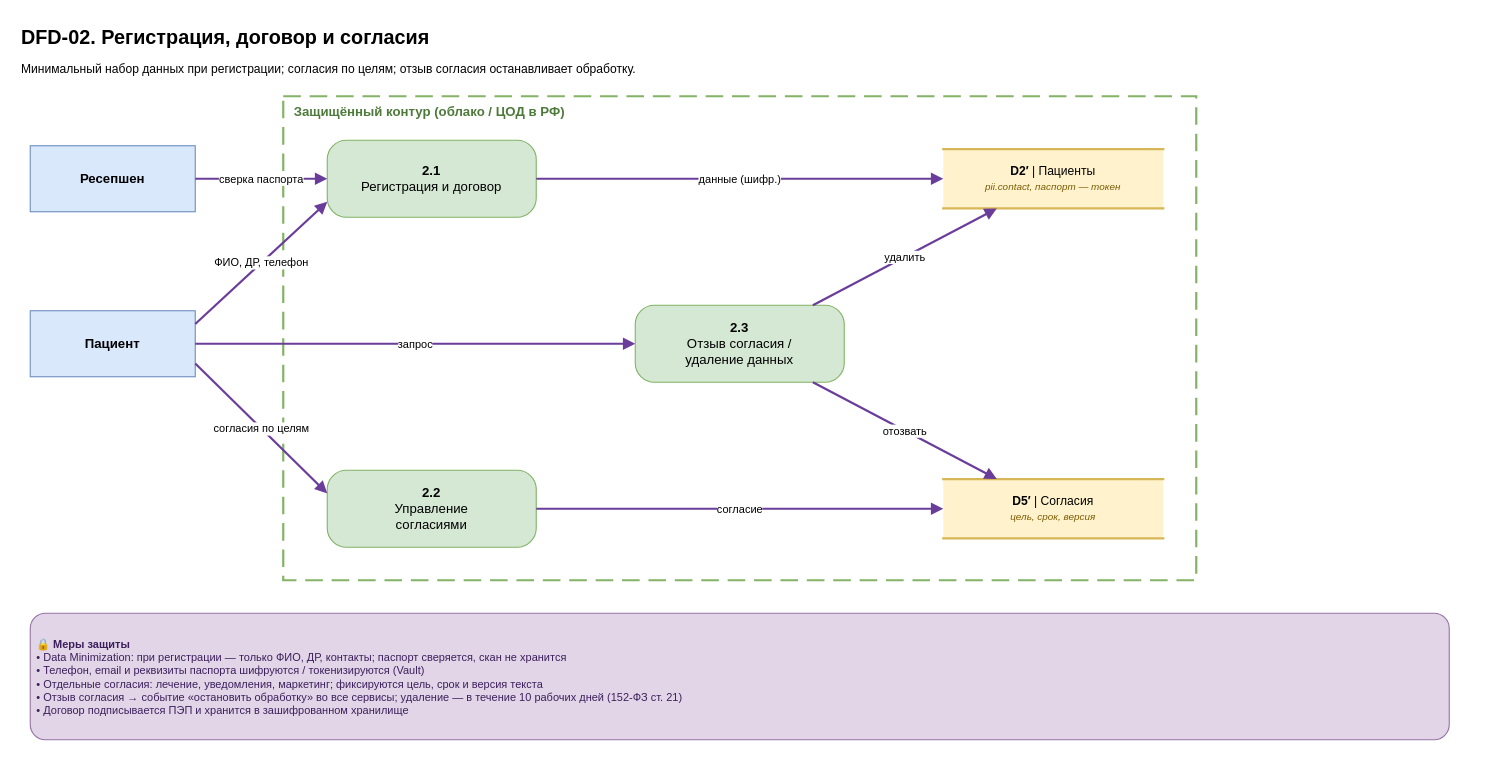
The draw.io diagram Task1/dfd/DFD-02-registration-consent.drawio in SiritosKon/architecture-medikamente, before the edit. Source tidied: cells renumbered, new cells numbered last; positions are measured from the earlier drawing's top-left corner, leaving out a move shared by most shapes. Both pictures are drawn from the tidied source at 110%, with x=0, y=0 at pixel (19, 19).
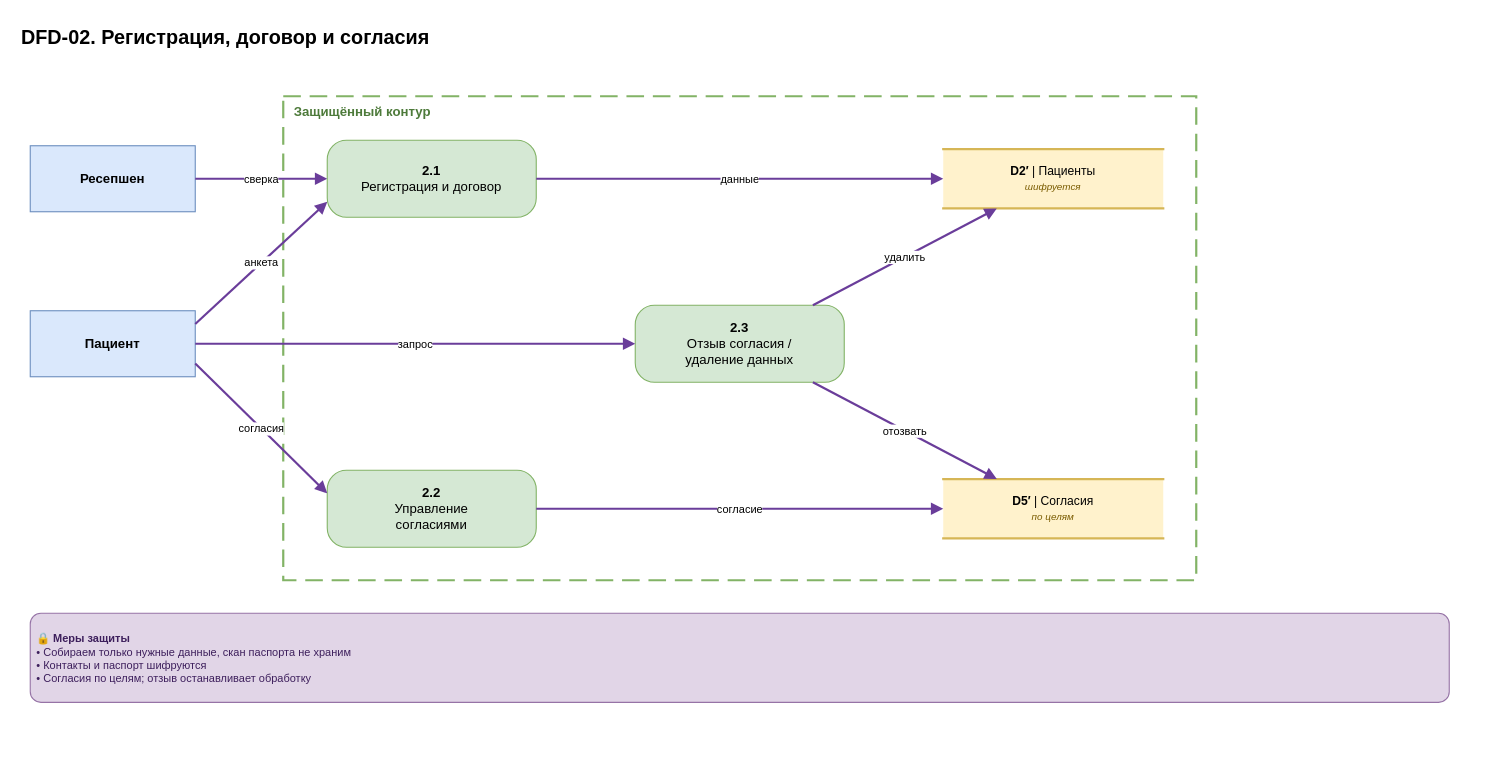
The same diagram, later.

What changed in the source:
```diff
@@
-    <mxCell id="3" value="Минимальный набор данных при регистрации; согласия по целям; отзыв согласия останавливает обработку." style="text;html=1;align=left;verticalAlign=top;fontSize=11;whiteSpace=wrap;" parent="1" vertex="1">
-      <mxGeometry y="32" width="1320" height="24" as="geometry" />
+    <mxCell id="3" value="Защищённый контур" style="rounded=0;whiteSpace=wrap;html=1;dashed=1;dashPattern=8 4;fillColor=none;strokeColor=#82b366;strokeWidth=2;verticalAlign=top;align=left;spacingLeft=8;fontColor=#4d7a3a;fontStyle=1;fontSize=12;" parent="1" vertex="1">
+      <mxGeometry x="240" y="70" width="830" height="440" as="geometry" />
     </mxCell>
-    <mxCell id="4" value="Защищённый контур (облако / ЦОД в РФ)" style="rounded=0;whiteSpace=wrap;html=1;dashed=1;dashPattern=8 4;fillColor=none;strokeColor=#82b366;strokeWidth=2;verticalAlign=top;align=left;spacingLeft=8;fontColor=#4d7a3a;fontStyle=1;fontSize=12;" parent="1" vertex="1">
-      <mxGeometry x="240" y="70" width="830" height="440" as="geometry" />
+    <mxCell id="4" value="Пациент" style="rounded=0;whiteSpace=wrap;html=1;fillColor=#dae8fc;strokeColor=#6c8ebf;fontStyle=1;fontSize=12;" parent="1" vertex="1">
+      <mxGeometry x="10" y="265" width="150" height="60" as="geometry" />
     </mxCell>
-    <mxCell id="5" value="Пациент" style="rounded=0;whiteSpace=wrap;html=1;fillColor=#dae8fc;strokeColor=#6c8ebf;fontStyle=1;fontSize=12;" parent="1" vertex="1">
-      <mxGeometry x="10" y="265" width="150" height="60" as="geometry" />
+    <mxCell id="5" value="Ресепшен" style="rounded=0;whiteSpace=wrap;html=1;fillColor=#dae8fc;strokeColor=#6c8ebf;fontStyle=1;fontSize=12;" parent="1" vertex="1">
+      <mxGeometry x="10" y="115" width="150" height="60" as="geometry" />
     </mxCell>
-    <mxCell id="6" value="Ресепшен" style="rounded=0;whiteSpace=wrap;html=1;fillColor=#dae8fc;strokeColor=#6c8ebf;fontStyle=1;fontSize=12;" parent="1" vertex="1">
-      <mxGeometry x="10" y="115" width="150" height="60" as="geometry" />
+    <mxCell id="6" value="&lt;b&gt;2.1&lt;/b&gt;&lt;br&gt;Регистрация и договор" style="rounded=1;arcSize=25;whiteSpace=wrap;html=1;fillColor=#d5e8d4;strokeColor=#82b366;fontSize=12;" parent="1" vertex="1">
+      <mxGeometry x="280" y="110" width="190" height="70" as="geometry" />
     </mxCell>
-    <mxCell id="7" value="&lt;b&gt;2.1&lt;/b&gt;&lt;br&gt;Регистрация и договор" style="rounded=1;arcSize=25;whiteSpace=wrap;html=1;fillColor=#d5e8d4;strokeColor=#82b366;fontSize=12;" parent="1" vertex="1">
-      <mxGeometry x="280" y="110" width="190" height="70" as="geometry" />
+    <mxCell id="7" value="&lt;b&gt;2.2&lt;/b&gt;&lt;br&gt;Управление&lt;br&gt;согласиями" style="rounded=1;arcSize=25;whiteSpace=wrap;html=1;fillColor=#d5e8d4;strokeColor=#82b366;fontSize=12;" parent="1" vertex="1">
+      <mxGeometry x="280" y="410" width="190" height="70" as="geometry" />
     </mxCell>
-    <mxCell id="8" value="&lt;b&gt;2.2&lt;/b&gt;&lt;br&gt;Управление&lt;br&gt;согласиями" style="rounded=1;arcSize=25;whiteSpace=wrap;html=1;fillColor=#d5e8d4;strokeColor=#82b366;fontSize=12;" parent="1" vertex="1">
-      <mxGeometry x="280" y="410" width="190" height="70" as="geometry" />
+    <mxCell id="8" value="&lt;b&gt;2.3&lt;/b&gt;&lt;br&gt;Отзыв согласия /&lt;br&gt;удаление данных" style="rounded=1;arcSize=25;whiteSpace=wrap;html=1;fillColor=#d5e8d4;strokeColor=#82b366;fontSize=12;" parent="1" vertex="1">
+      <mxGeometry x="560" y="260" width="190" height="70" as="geometry" />
     </mxCell>
-    <mxCell id="9" value="&lt;b&gt;2.3&lt;/b&gt;&lt;br&gt;Отзыв согласия /&lt;br&gt;удаление данных" style="rounded=1;arcSize=25;whiteSpace=wrap;html=1;fillColor=#d5e8d4;strokeColor=#82b366;fontSize=12;" parent="1" vertex="1">
-      <mxGeometry x="560" y="260" width="190" height="70" as="geometry" />
+    <mxCell id="9" value="&lt;b&gt;D2′&lt;/b&gt; | Пациенты&lt;br&gt;&lt;i&gt;&lt;font style=&quot;font-size:9px&quot; color=&quot;#7a5c00&quot;&gt;шифруется&lt;/font&gt;&lt;/i&gt;" style="shape=partialRectangle;whiteSpace=wrap;html=1;left=0;right=0;fillColor=#fff2cc;strokeColor=#d6b656;strokeWidth=2;fontSize=11;" parent="1" vertex="1">
+      <mxGeometry x="840" y="118" width="200" height="54" as="geometry" />
     </mxCell>
-    <mxCell id="10" value="&lt;b&gt;D2′&lt;/b&gt; | Пациенты&lt;br&gt;&lt;i&gt;&lt;font style=&quot;font-size:9px&quot; color=&quot;#7a5c00&quot;&gt;pii.contact, паспорт — токен&lt;/font&gt;&lt;/i&gt;" style="shape=partialRectangle;whiteSpace=wrap;html=1;left=0;right=0;fillColor=#fff2cc;strokeColor=#d6b656;strokeWidth=2;fontSize=11;" parent="1" vertex="1">
-      <mxGeometry x="840" y="118" width="200" height="54" as="geometry" />
+    <mxCell id="10" value="&lt;b&gt;D5′&lt;/b&gt; | Согласия&lt;br&gt;&lt;i&gt;&lt;font style=&quot;font-size:9px&quot; color=&quot;#7a5c00&quot;&gt;по целям&lt;/font&gt;&lt;/i&gt;" style="shape=partialRectangle;whiteSpace=wrap;html=1;left=0;right=0;fillColor=#fff2cc;strokeColor=#d6b656;strokeWidth=2;fontSize=11;" parent="1" vertex="1">
+      <mxGeometry x="840" y="418" width="200" height="54" as="geometry" />
     </mxCell>
-    <mxCell id="11" value="&lt;b&gt;D5′&lt;/b&gt; | Согласия&lt;br&gt;&lt;i&gt;&lt;font style=&quot;font-size:9px&quot; color=&quot;#7a5c00&quot;&gt;цель, срок, версия&lt;/font&gt;&lt;/i&gt;" style="shape=partialRectangle;whiteSpace=wrap;html=1;left=0;right=0;fillColor=#fff2cc;strokeColor=#d6b656;strokeWidth=2;fontSize=11;" parent="1" vertex="1">
-      <mxGeometry x="840" y="418" width="200" height="54" as="geometry" />
+    <mxCell id="11" value="анкета" style="html=1;endArrow=block;endFill=1;strokeColor=#6a3d9a;strokeWidth=2;fontSize=10;labelBackgroundColor=#ffffff;exitX=1;exitY=0.2;exitDx=0;exitDy=0;entryX=0;entryY=0.8;entryDx=0;entryDy=0;" parent="1" edge="1" source="4" target="6">
+      <mxGeometry relative="1" as="geometry" />
     </mxCell>
-    <mxCell id="12" value="ФИО, ДР, телефон" style="html=1;endArrow=block;endFill=1;strokeColor=#6a3d9a;strokeWidth=2;fontSize=10;labelBackgroundColor=#ffffff;exitX=1;exitY=0.2;exitDx=0;exitDy=0;entryX=0;entryY=0.8;entryDx=0;entryDy=0;" parent="1" edge="1" source="5" target="7">
+    <mxCell id="12" value="данные" style="html=1;endArrow=block;endFill=1;strokeColor=#6a3d9a;strokeWidth=2;fontSize=10;labelBackgroundColor=#ffffff;" parent="1" edge="1" source="6" target="9">
       <mxGeometry relative="1" as="geometry" />
     </mxCell>
-    <mxCell id="13" value="данные (шифр.)" style="html=1;endArrow=block;endFill=1;strokeColor=#6a3d9a;strokeWidth=2;fontSize=10;labelBackgroundColor=#ffffff;" parent="1" edge="1" source="7" target="10">
+    <mxCell id="13" value="согласия" style="html=1;endArrow=block;endFill=1;strokeColor=#6a3d9a;strokeWidth=2;fontSize=10;labelBackgroundColor=#ffffff;exitX=1;exitY=0.8;exitDx=0;exitDy=0;entryX=0;entryY=0.3;entryDx=0;entryDy=0;" parent="1" edge="1" source="4" target="7">
       <mxGeometry relative="1" as="geometry" />
     </mxCell>
-    <mxCell id="14" value="согласия по целям" style="html=1;endArrow=block;endFill=1;strokeColor=#6a3d9a;strokeWidth=2;fontSize=10;labelBackgroundColor=#ffffff;exitX=1;exitY=0.8;exitDx=0;exitDy=0;entryX=0;entryY=0.3;entryDx=0;entryDy=0;" parent="1" edge="1" source="5" target="8">
+    <mxCell id="14" value="согласие" style="html=1;endArrow=block;endFill=1;strokeColor=#6a3d9a;strokeWidth=2;fontSize=10;labelBackgroundColor=#ffffff;" parent="1" edge="1" source="7" target="10">
       <mxGeometry relative="1" as="geometry" />
     </mxCell>
-    <mxCell id="15" value="согласие" style="html=1;endArrow=block;endFill=1;strokeColor=#6a3d9a;strokeWidth=2;fontSize=10;labelBackgroundColor=#ffffff;" parent="1" edge="1" source="8" target="11">
+    <mxCell id="15" value="сверка" style="html=1;endArrow=block;endFill=1;strokeColor=#6a3d9a;strokeWidth=2;fontSize=10;labelBackgroundColor=#ffffff;" parent="1" edge="1" source="5" target="6">
       <mxGeometry relative="1" as="geometry" />
     </mxCell>
-    <mxCell id="16" value="сверка паспорта" style="html=1;endArrow=block;endFill=1;strokeColor=#6a3d9a;strokeWidth=2;fontSize=10;labelBackgroundColor=#ffffff;" parent="1" edge="1" source="6" target="7">
+    <mxCell id="16" value="запрос" style="html=1;endArrow=block;endFill=1;strokeColor=#6a3d9a;strokeWidth=2;fontSize=10;labelBackgroundColor=#ffffff;" parent="1" edge="1" source="4" target="8">
       <mxGeometry relative="1" as="geometry" />
     </mxCell>
-    <mxCell id="17" value="запрос" style="html=1;endArrow=block;endFill=1;strokeColor=#6a3d9a;strokeWidth=2;fontSize=10;labelBackgroundColor=#ffffff;" parent="1" edge="1" source="5" target="9">
+    <mxCell id="17" value="удалить" style="html=1;endArrow=block;endFill=1;strokeColor=#6a3d9a;strokeWidth=2;fontSize=10;labelBackgroundColor=#ffffff;" parent="1" edge="1" source="8" target="9">
       <mxGeometry relative="1" as="geometry" />
     </mxCell>
-    <mxCell id="18" value="удалить" style="html=1;endArrow=block;endFill=1;strokeColor=#6a3d9a;strokeWidth=2;fontSize=10;labelBackgroundColor=#ffffff;" parent="1" edge="1" source="9" target="10">
+    <mxCell id="18" value="отозвать" style="html=1;endArrow=block;endFill=1;strokeColor=#6a3d9a;strokeWidth=2;fontSize=10;labelBackgroundColor=#ffffff;" parent="1" edge="1" source="8" target="10">
       <mxGeometry relative="1" as="geometry" />
     </mxCell>
-    <mxCell id="19" value="отозвать" style="html=1;endArrow=block;endFill=1;strokeColor=#6a3d9a;strokeWidth=2;fontSize=10;labelBackgroundColor=#ffffff;" parent="1" edge="1" source="9" target="11">
-      <mxGeometry relative="1" as="geometry" />
+    <mxCell id="19" value="&lt;b&gt;🔒 Меры защиты&lt;/b&gt;&lt;br&gt;• Собираем только нужные данные, скан паспорта не храним&lt;br&gt;• Контакты и паспорт шифруются&lt;br&gt;• Согласия по целям; отзыв останавливает обработку" style="rounded=1;whiteSpace=wrap;html=1;fillColor=#e1d5e7;strokeColor=#9673a6;fontColor=#3d1f5c;fontSize=10;align=left;spacingLeft=4;arcSize=12;" parent="1" vertex="1">
+      <mxGeometry x="10" y="540" width="1290" height="81" as="geometry" />
     </mxCell>
-    <mxCell id="20" value="&lt;b&gt;🔒 Меры защиты&lt;/b&gt;&lt;br&gt;• Data Minimization: при регистрации — только ФИО, ДР, контакты; паспорт сверяется, скан не хранится&lt;br&gt;• Телефон, email и реквизиты паспорта шифруются / токенизируются (Vault)&lt;br&gt;• Отдельные согласия: лечение, уведомления, маркетинг; фиксируются цель, срок и версия текста&lt;br&gt;• Отзыв согласия → событие «остановить обработку» во все сервисы; удаление — в течение 10 рабочих дней (152-ФЗ ст. 21)&lt;br&gt;• Договор подписывается ПЭП и хранится в зашифрованном хранилище" style="rounded=1;whiteSpace=wrap;html=1;fillColor=#e1d5e7;strokeColor=#9673a6;fontColor=#3d1f5c;fontSize=10;align=left;spacingLeft=4;arcSize=12;" parent="1" vertex="1">
-      <mxGeometry x="10" y="540" width="1290" height="115" as="geometry" />
-    </mxCell>
```
